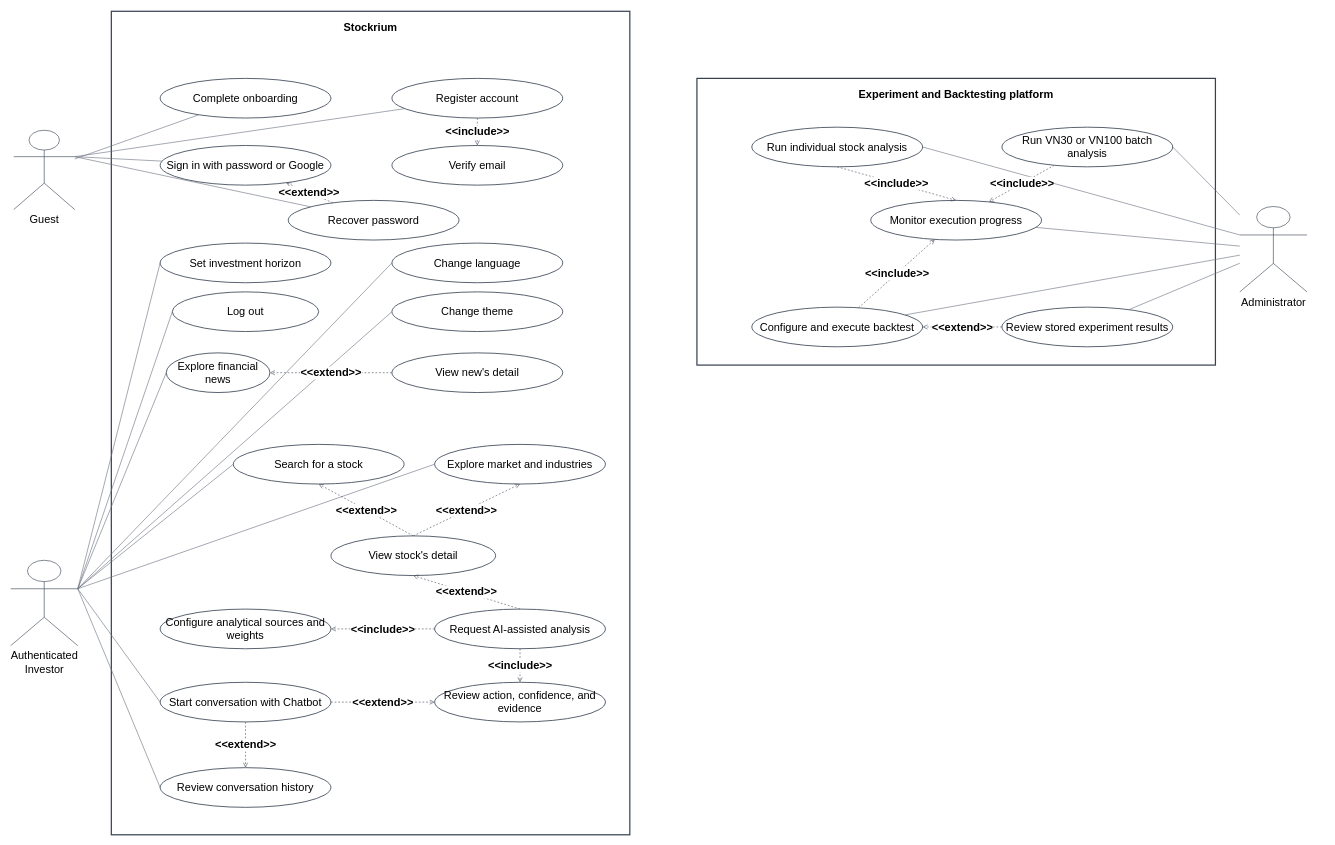
This is report/diagrams/chapter3/stockrium_use_case_model.drawio from lqhuy04/Thesis-22125031-22125035, a draw.io file, before an edit. Source tidied: cells renumbered, new cells numbered last; positions are measured from the earlier drawing's top-left corner, leaving out a move shared by most shapes. Both pictures are drawn from the tidied source at 61%, with x=0, y=0 at pixel (10, 11).
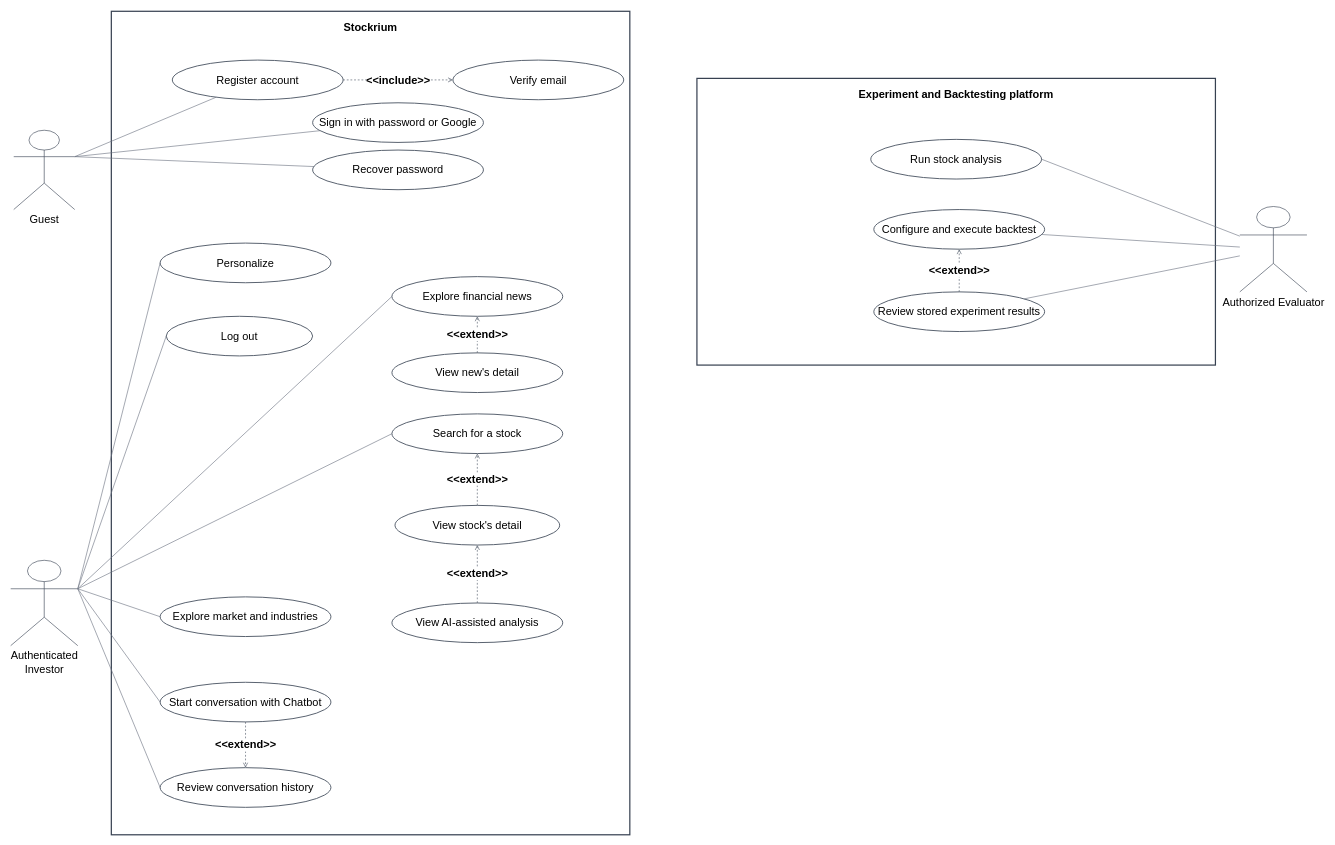
After the change.

The change refers to these unchanged cells:
```xml
<mxCell id="3" value="Guest" style="shape=umlActor;verticalLabelPosition=bottom;verticalAlign=top;html=1;strokeColor=#374151;fillColor=#ffffff;fontSize=18;" parent="1" vertex="1">
  <mxGeometry x="5" y="195" width="100" height="130" as="geometry" />
</mxCell>
<mxCell id="4" value="Authenticated&lt;br&gt;Investor" style="shape=umlActor;verticalLabelPosition=bottom;verticalAlign=top;html=1;strokeColor=#374151;fillColor=#ffffff;fontSize=18;" parent="1" vertex="1">
  <mxGeometry y="900" width="110" height="140" as="geometry" />
</mxCell>
<mxCell id="17" value="Start conversation with Chatbot" style="ellipse;whiteSpace=wrap;html=1;fillColor=#ffffff;strokeColor=#4b5563;strokeWidth=1.5;fontSize=18;" parent="1" vertex="1">
  <mxGeometry x="245" y="1100" width="280" height="65" as="geometry" />
</mxCell>
<mxCell id="54" value="View new's detail" style="ellipse;whiteSpace=wrap;html=1;fillColor=#ffffff;strokeColor=#4b5563;strokeWidth=1.5;fontSize=18;" parent="1" vertex="1">
  <mxGeometry x="625" y="560" width="280" height="65" as="geometry" />
</mxCell>
```

What changed in the source:
```diff
@@
-    <mxCell id="5" value="Complete onboarding" style="ellipse;whiteSpace=wrap;html=1;fillColor=#ffffff;strokeColor=#4b5563;strokeWidth=1.5;fontSize=18;" parent="1" vertex="1">
-      <mxGeometry x="245" y="110" width="280" height="65" as="geometry" />
-    </mxCell>
     <mxCell id="6" value="Register account" style="ellipse;whiteSpace=wrap;html=1;fillColor=#ffffff;strokeColor=#4b5563;strokeWidth=1.5;fontSize=18;" parent="1" vertex="1">
-      <mxGeometry x="625" y="110" width="280" height="65" as="geometry" />
+      <mxGeometry x="265" y="80" width="280" height="65" as="geometry" />
     </mxCell>
     <mxCell id="7" value="Verify email" style="ellipse;whiteSpace=wrap;html=1;fillColor=#ffffff;strokeColor=#4b5563;strokeWidth=1.5;fontSize=18;" parent="1" vertex="1">
-      <mxGeometry x="625" y="220" width="280" height="65" as="geometry" />
+      <mxGeometry x="725" y="80" width="280" height="65" as="geometry" />
     </mxCell>
     <mxCell id="8" value="Sign in with password or Google" style="ellipse;whiteSpace=wrap;html=1;fillColor=#ffffff;strokeColor=#4b5563;strokeWidth=1.5;fontSize=18;" parent="1" vertex="1">
-      <mxGeometry x="245" y="220" width="280" height="65" as="geometry" />
+      <mxGeometry x="495" y="150" width="280" height="65" as="geometry" />
     </mxCell>
     <mxCell id="9" value="Recover password" style="ellipse;whiteSpace=wrap;html=1;fillColor=#ffffff;strokeColor=#4b5563;strokeWidth=1.5;fontSize=18;" parent="1" vertex="1">
-      <mxGeometry x="455" y="310" width="280" height="65" as="geometry" />
+      <mxGeometry x="495" y="227.5" width="280" height="65" as="geometry" />
     </mxCell>
     <mxCell id="10" value="Explore financial news" style="ellipse;whiteSpace=wrap;html=1;fillColor=#ffffff;strokeColor=#4b5563;strokeWidth=1.5;fontSize=18;" parent="1" vertex="1">
-      <mxGeometry x="255" y="560" width="170" height="65" as="geometry" />
+      <mxGeometry x="625" y="435" width="280" height="65" as="geometry" />
     </mxCell>
     <mxCell id="11" value="Explore market and industries" style="ellipse;whiteSpace=wrap;html=1;fillColor=#ffffff;strokeColor=#4b5563;strokeWidth=1.5;fontSize=18;" parent="1" vertex="1">
-      <mxGeometry x="695" y="710" width="280" height="65" as="geometry" />
+      <mxGeometry x="245" y="960" width="280" height="65" as="geometry" />
     </mxCell>
     <mxCell id="12" value="Search for a stock" style="ellipse;whiteSpace=wrap;html=1;fillColor=#ffffff;strokeColor=#4b5563;strokeWidth=1.5;fontSize=18;" parent="1" vertex="1">
-      <mxGeometry x="365" y="710" width="280" height="65" as="geometry" />
+      <mxGeometry x="625" y="660" width="280" height="65" as="geometry" />
     </mxCell>
-    <mxCell id="13" value="Set investment horizon" style="ellipse;whiteSpace=wrap;html=1;fillColor=#ffffff;strokeColor=#4b5563;strokeWidth=1.5;fontSize=18;" parent="1" vertex="1">
+    <mxCell id="13" value="Personalize" style="ellipse;whiteSpace=wrap;html=1;fillColor=#ffffff;strokeColor=#4b5563;strokeWidth=1.5;fontSize=18;" parent="1" vertex="1">
       <mxGeometry x="245" y="380" width="280" height="65" as="geometry" />
     </mxCell>
-    <mxCell id="14" value="Configure analytical sources and weights" style="ellipse;whiteSpace=wrap;html=1;fillColor=#ffffff;strokeColor=#4b5563;strokeWidth=1.5;fontSize=18;" parent="1" vertex="1">
-      <mxGeometry x="245" y="980" width="280" height="65" as="geometry" />
-    </mxCell>
-    <mxCell id="15" value="Request AI-assisted analysis" style="ellipse;whiteSpace=wrap;html=1;fillColor=#ffffff;strokeColor=#4b5563;strokeWidth=1.5;fontSize=18;" parent="1" vertex="1">
-      <mxGeometry x="695" y="980" width="280" height="65" as="geometry" />
+    <mxCell id="15" value="View AI-assisted analysis" style="ellipse;whiteSpace=wrap;html=1;fillColor=#ffffff;strokeColor=#4b5563;strokeWidth=1.5;fontSize=18;" parent="1" vertex="1">
+      <mxGeometry x="625" y="970" width="280" height="65" as="geometry" />
     </mxCell>
-    <mxCell id="16" value="Review action, confidence, and evidence" style="ellipse;whiteSpace=wrap;html=1;fillColor=#ffffff;strokeColor=#4b5563;strokeWidth=1.5;fontSize=18;" parent="1" vertex="1">
-      <mxGeometry x="695" y="1100" width="280" height="65" as="geometry" />
-    </mxCell>
@@
-    <mxCell id="19" style="html=1;rounded=0;endArrow=none;strokeColor=#6b7280;fontSize=18;" parent="1" edge="1" source="3" target="5">
-      <mxGeometry relative="1" as="geometry" />
-    </mxCell>
@@
-    <mxCell id="29" value="&amp;lt;&amp;lt;extend&amp;gt;&amp;gt;" style="html=1;rounded=0;dashed=1;endArrow=open;endFill=0;strokeColor=#4b5563;fontStyle=1;fontSize=18;" parent="1" edge="1" source="9" target="8">
-      <mxGeometry relative="1" as="geometry" />
-    </mxCell>
-    <mxCell id="30" value="&amp;lt;&amp;lt;include&amp;gt;&amp;gt;" style="html=1;rounded=0;dashed=1;endArrow=open;endFill=0;strokeColor=#4b5563;fontStyle=1;fontSize=18;" parent="1" edge="1" source="15" target="14">
-      <mxGeometry relative="1" as="geometry" />
-    </mxCell>
-    <mxCell id="31" value="&amp;lt;&amp;lt;include&amp;gt;&amp;gt;" style="html=1;rounded=0;dashed=1;endArrow=open;endFill=0;strokeColor=#4b5563;fontStyle=1;fontSize=18;" parent="1" edge="1" source="15" target="16">
-      <mxGeometry relative="1" as="geometry" />
-    </mxCell>
-    <mxCell id="32" value="&amp;lt;&amp;lt;extend&amp;gt;&amp;gt;" style="html=1;rounded=0;dashed=1;endArrow=open;endFill=0;strokeColor=#4b5563;fontStyle=1;fontSize=18;" parent="1" edge="1" source="17" target="16">
-      <mxGeometry relative="1" as="geometry" />
-    </mxCell>
@@
-    <mxCell id="34" value="Administrator" style="shape=umlActor;verticalLabelPosition=bottom;verticalAlign=top;html=1;strokeColor=#374151;fillColor=#ffffff;fontSize=18;" parent="1" vertex="1">
+    <mxCell id="34" value="Authorized Evaluator" style="shape=umlActor;verticalLabelPosition=bottom;verticalAlign=top;html=1;strokeColor=#374151;fillColor=#ffffff;fontSize=18;" parent="1" vertex="1">
       <mxGeometry x="2015" y="320" width="110" height="140" as="geometry" />
     </mxCell>
-    <mxCell id="35" value="Run individual stock analysis" style="ellipse;whiteSpace=wrap;html=1;fillColor=#ffffff;strokeColor=#4b5563;strokeWidth=1.5;fontSize=18;" parent="1" vertex="1">
-      <mxGeometry x="1215" y="190" width="280" height="65" as="geometry" />
-    </mxCell>
-    <mxCell id="36" value="Run VN30 or VN100 batch analysis" style="ellipse;whiteSpace=wrap;html=1;fillColor=#ffffff;strokeColor=#4b5563;strokeWidth=1.5;fontSize=18;" parent="1" vertex="1">
-      <mxGeometry x="1625" y="190" width="280" height="65" as="geometry" />
+    <mxCell id="36" value="Run stock analysis" style="ellipse;whiteSpace=wrap;html=1;fillColor=#ffffff;strokeColor=#4b5563;strokeWidth=1.5;fontSize=18;" parent="1" vertex="1">
+      <mxGeometry x="1410" y="210" width="280" height="65" as="geometry" />
     </mxCell>
     <mxCell id="37" value="Configure and execute backtest" style="ellipse;whiteSpace=wrap;html=1;fillColor=#ffffff;strokeColor=#4b5563;strokeWidth=1.5;fontSize=18;" parent="1" vertex="1">
-      <mxGeometry x="1215" y="485" width="280" height="65" as="geometry" />
+      <mxGeometry x="1415" y="325" width="280" height="65" as="geometry" />
     </mxCell>
-    <mxCell id="38" value="Monitor execution progress" style="ellipse;whiteSpace=wrap;html=1;fillColor=#ffffff;strokeColor=#4b5563;strokeWidth=1.5;fontSize=18;" parent="1" vertex="1">
-      <mxGeometry x="1410" y="310" width="280" height="65" as="geometry" />
-    </mxCell>
     <mxCell id="39" value="Review stored experiment results" style="ellipse;whiteSpace=wrap;html=1;fillColor=#ffffff;strokeColor=#4b5563;strokeWidth=1.5;fontSize=18;" parent="1" vertex="1">
-      <mxGeometry x="1625" y="485" width="280" height="65" as="geometry" />
+      <mxGeometry x="1415" y="460" width="280" height="65" as="geometry" />
     </mxCell>
-    <mxCell id="40" style="html=1;rounded=0;endArrow=none;strokeColor=#6b7280;fontSize=18;exitX=0;exitY=0.3333333333333333;exitDx=0;exitDy=0;exitPerimeter=0;entryX=1;entryY=0.5;entryDx=0;entryDy=0;" parent="1" edge="1" source="34" target="35">
-      <mxGeometry relative="1" as="geometry" />
-    </mxCell>
@@
-    <mxCell id="43" style="html=1;rounded=0;endArrow=none;strokeColor=#6b7280;fontSize=18;" parent="1" edge="1" source="34" target="38">
-      <mxGeometry relative="1" as="geometry" />
-    </mxCell>
@@
-    <mxCell id="45" value="&amp;lt;&amp;lt;include&amp;gt;&amp;gt;" style="html=1;rounded=0;dashed=1;endArrow=open;endFill=0;strokeColor=#4b5563;fontStyle=1;fontSize=18;" parent="1" edge="1" source="36" target="38">
-      <mxGeometry relative="1" as="geometry" />
-    </mxCell>
-    <mxCell id="46" value="&amp;lt;&amp;lt;include&amp;gt;&amp;gt;" style="html=1;rounded=0;dashed=1;endArrow=open;endFill=0;strokeColor=#4b5563;fontStyle=1;fontSize=18;" parent="1" edge="1" source="37" target="38">
-      <mxGeometry relative="1" as="geometry" />
-    </mxCell>
@@
-    <mxCell id="48" value="Change language" style="ellipse;whiteSpace=wrap;html=1;fillColor=#ffffff;strokeColor=#4b5563;strokeWidth=1.5;fontSize=18;" parent="1" vertex="1">
-      <mxGeometry x="625" y="380" width="280" height="65" as="geometry" />
-    </mxCell>
     <mxCell id="49" value="Log out" style="ellipse;whiteSpace=wrap;html=1;fillColor=#ffffff;strokeColor=#4b5563;strokeWidth=1.5;fontSize=18;" parent="1" vertex="1">
-      <mxGeometry x="265" y="460" width="240" height="65" as="geometry" />
+      <mxGeometry x="255" y="500" width="240" height="65" as="geometry" />
     </mxCell>
-    <mxCell id="50" value="Change theme" style="ellipse;whiteSpace=wrap;html=1;fillColor=#ffffff;strokeColor=#4b5563;strokeWidth=1.5;fontSize=18;" parent="1" vertex="1">
-      <mxGeometry x="625" y="460" width="280" height="65" as="geometry" />
-    </mxCell>
@@
-    <mxCell id="52" style="html=1;rounded=0;endArrow=none;strokeColor=#6b7280;fontSize=18;entryX=0;entryY=0.5;entryDx=0;entryDy=0;exitX=1;exitY=0.3333333333333333;exitDx=0;exitDy=0;exitPerimeter=0;" parent="1" edge="1" source="4" target="48">
-      <mxGeometry relative="1" as="geometry" />
-    </mxCell>
-    <mxCell id="53" style="html=1;rounded=0;endArrow=none;strokeColor=#6b7280;fontSize=18;entryX=0;entryY=0.5;entryDx=0;entryDy=0;exitX=1;exitY=0.3333333333333333;exitDx=0;exitDy=0;exitPerimeter=0;" parent="1" edge="1" source="4" target="50">
-      <mxGeometry relative="1" as="geometry" />
-    </mxCell>
@@
-    <mxCell id="55" value="&amp;lt;&amp;lt;extend&amp;gt;&amp;gt;" style="html=1;rounded=0;dashed=1;endArrow=open;endFill=0;strokeColor=#4b5563;fontStyle=1;fontSize=18;exitX=0;exitY=0.5;exitDx=0;exitDy=0;entryX=1;entryY=0.5;entryDx=0;entryDy=0;" parent="1" edge="1" source="54" target="10">
-      <mxGeometry relative="1" as="geometry" />
-    </mxCell>
     <mxCell id="56" value="View stock's detail" style="ellipse;whiteSpace=wrap;html=1;fillColor=#ffffff;strokeColor=#4b5563;strokeWidth=1.5;fontSize=18;" parent="1" vertex="1">
-      <mxGeometry x="525" y="860" width="270" height="65" as="geometry" />
+      <mxGeometry x="630" y="810" width="270" height="65" as="geometry" />
     </mxCell>
@@
-    <mxCell id="58" value="&amp;lt;&amp;lt;extend&amp;gt;&amp;gt;" style="html=1;rounded=0;dashed=1;endArrow=open;endFill=0;strokeColor=#4b5563;fontStyle=1;fontSize=18;exitX=0.5;exitY=0;exitDx=0;exitDy=0;entryX=0.5;entryY=1;entryDx=0;entryDy=0;" parent="1" edge="1" source="56" target="11">
-      <mxGeometry relative="1" as="geometry" />
-    </mxCell>
@@
-    <mxCell id="62" value="&amp;lt;&amp;lt;include&amp;gt;&amp;gt;" style="html=1;rounded=0;dashed=1;endArrow=open;endFill=0;strokeColor=#4b5563;fontStyle=1;fontSize=18;exitX=0.5;exitY=1;exitDx=0;exitDy=0;entryX=0.5;entryY=0;entryDx=0;entryDy=0;" parent="1" edge="1" source="35" target="38">
-      <mxGeometry relative="1" as="geometry" />
-    </mxCell>
+    <mxCell id="58" value="&amp;lt;&amp;lt;extend&amp;gt;&amp;gt;" style="html=1;rounded=0;dashed=1;endArrow=open;endFill=0;strokeColor=#4b5563;fontStyle=1;fontSize=18;exitX=0.5;exitY=0;exitDx=0;exitDy=0;entryX=0.5;entryY=1;entryDx=0;entryDy=0;" parent="1" edge="1" source="54" target="10">
+      <mxGeometry relative="1" as="geometry" />
+    </mxCell>
```
